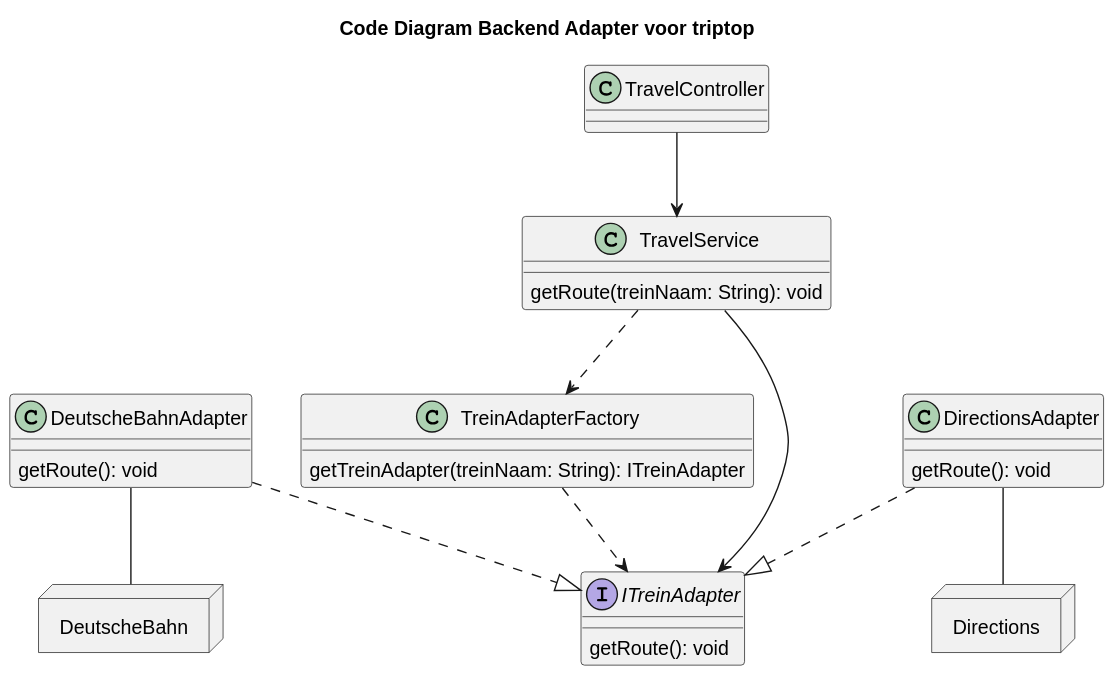
Above: software-guidebook/code_diagram_joost.svg in AIM-ENE-feb25/triptop-groep-tweeeeeeeeeeeeeeeeeeeeee (PlantUML), before the change. Its diagram source:
```plantuml
@startuml
title Code Diagram Backend Adapter voor triptop

class TravelController{

}
class TravelService{
    getRoute(treinNaam: String): void
}
class TreinAdapterFactory
{
    getTreinAdapter(treinNaam: String): ITreinAdapter
}

interface ITreinAdapter{
   getRoute(): void
}
class DirectionsAdapter{
 getRoute(): void
}
class DeutscheBahnAdapter{
  getRoute(): void
}



TravelController --> TravelService
TravelService --> ITreinAdapter
TravelService ..> TreinAdapterFactory
DirectionsAdapter..|> ITreinAdapter
DeutscheBahnAdapter ..|> ITreinAdapter
TreinAdapterFactory ..> ITreinAdapter

node DeutscheBahnAPI as "DeutscheBahn"{
   }

node DirectionsApi as "Directions"{
   }

DirectionsAdapter -- DirectionsApi
DeutscheBahnAdapter -- DeutscheBahnAPI
@enduml
```
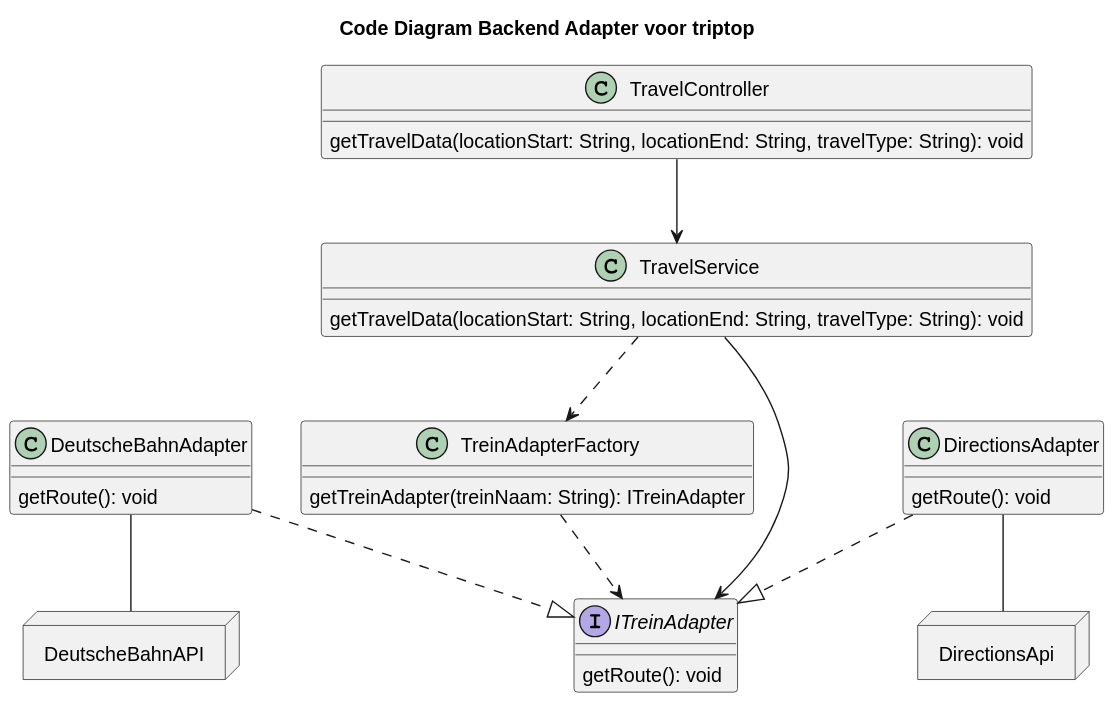
Above is the later version.

Commit message:
Aanpassing sequence en class diagram

The edit, as a diff of the source:
```diff
@@ -2,10 +2,10 @@
 title Code Diagram Backend Adapter voor triptop
 
 class TravelController{
-
+    getTravelData(locationStart: String, locationEnd: String, travelType: String): void
 }
 class TravelService{
-    getRoute(treinNaam: String): void
+    getTravelData(locationStart: String, locationEnd: String, travelType: String): void
 }
 class TreinAdapterFactory
 {
@@ -31,10 +31,10 @@
 DeutscheBahnAdapter ..|> ITreinAdapter
 TreinAdapterFactory ..> ITreinAdapter
 
-node DeutscheBahnAPI as "DeutscheBahn"{
+node DeutscheBahnAPI as "DeutscheBahnAPI"{
    }
 
-node DirectionsApi as "Directions"{
+node DirectionsApi as "DirectionsApi"{
    }
 
 DirectionsAdapter -- DirectionsApi
```
